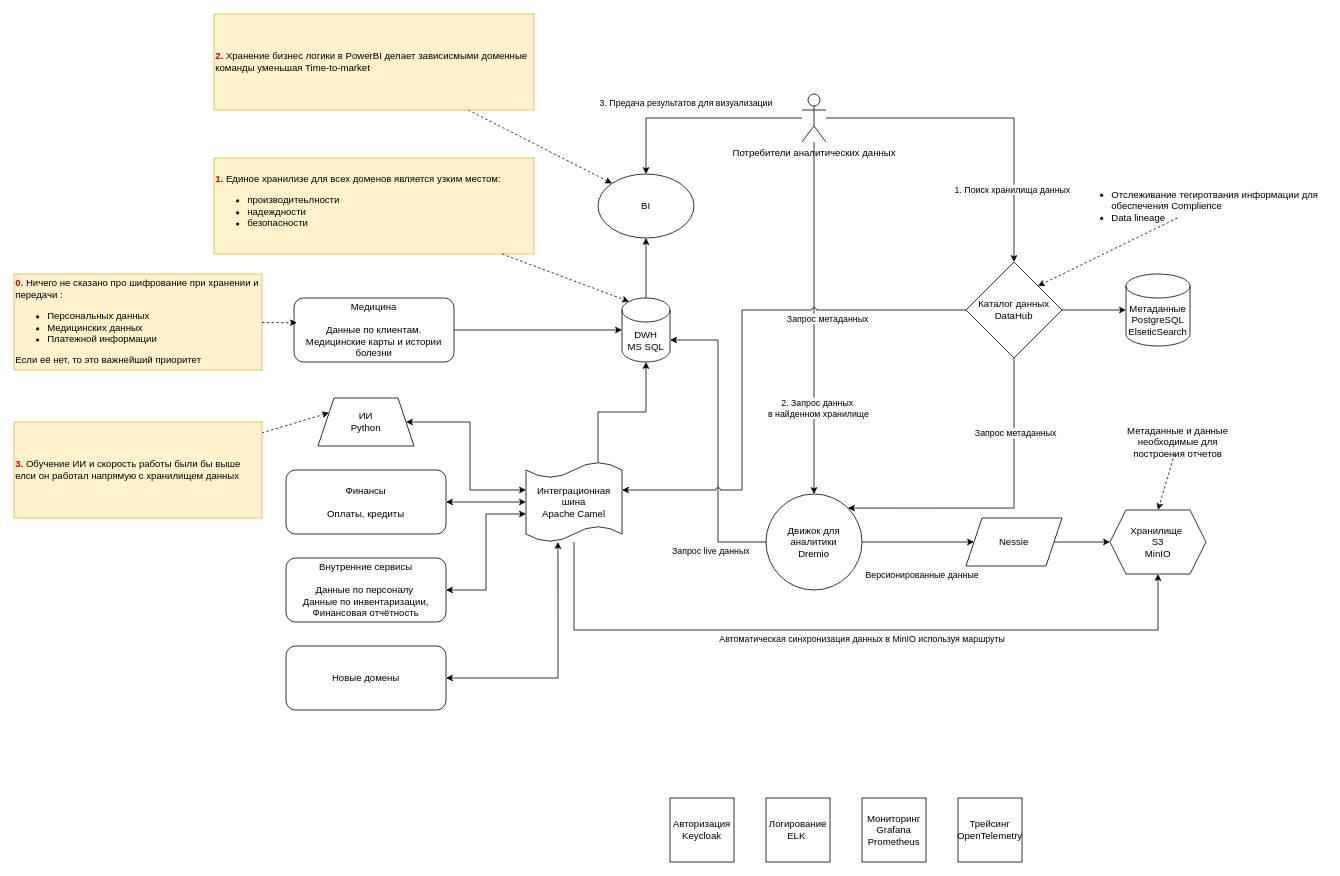
The draw.io diagram Task1/Containers.drawio in alexii-potapov/architecture-future_2_0, before the edit. Source tidied: cells renumbered, new cells numbered last; positions are measured from the earlier drawing's top-left corner, leaving out a move shared by most shapes. Both pictures are drawn from the tidied source at 80%, with x=0, y=0 at pixel (14, 14).
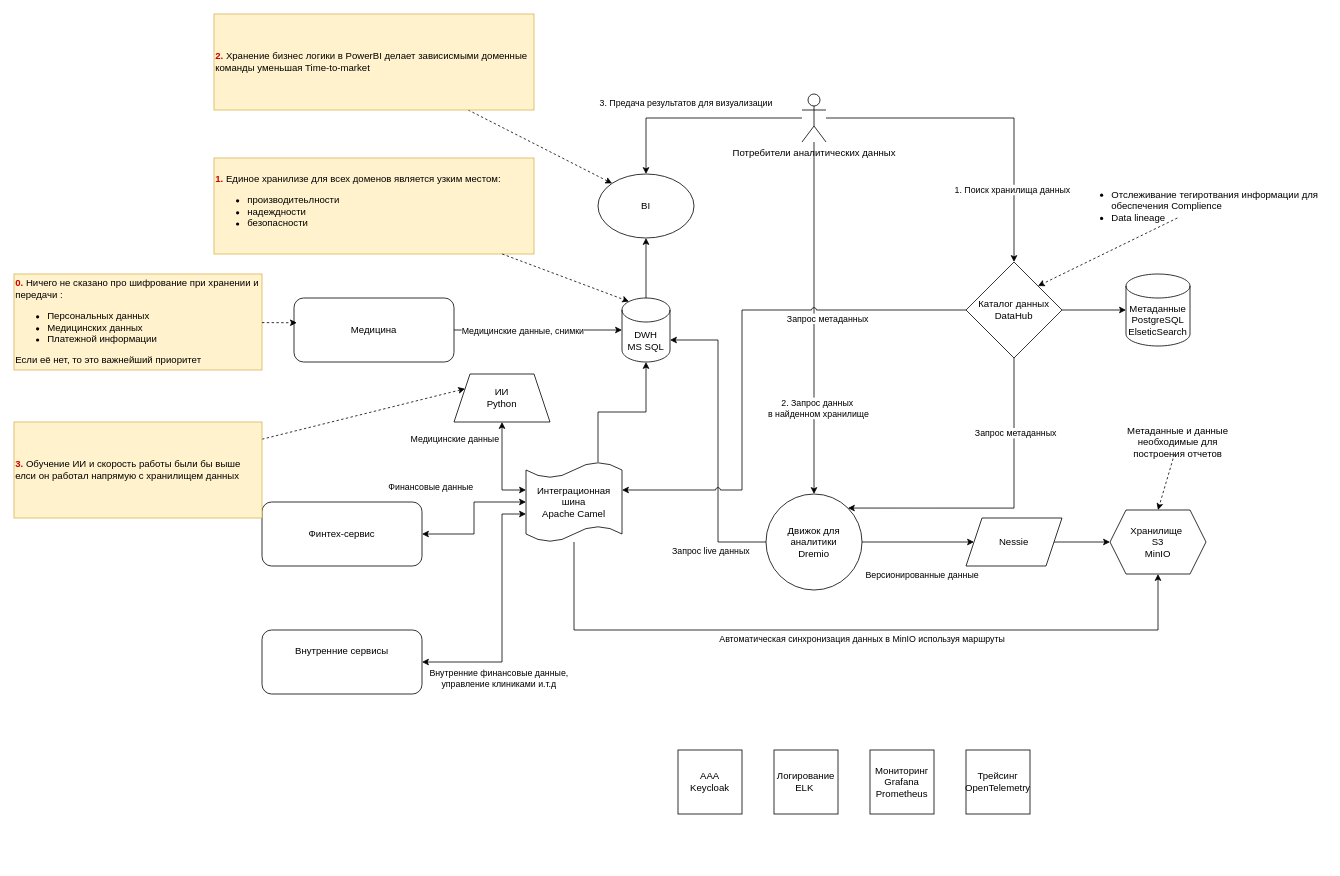
After the change.

Unchanged cells that the change refers to:
```xml
<mxCell id="18" style="edgeStyle=orthogonalEdgeStyle;rounded=0;jettySize=auto;html=1;entryX=0;entryY=0.35;entryDx=0;entryDy=0;entryPerimeter=0;startArrow=classic;startFill=1;" parent="1" edge="1" source="17" target="41">
  <mxGeometry relative="1" as="geometry" />
</mxCell>
<mxCell id="29" style="edgeStyle=orthogonalEdgeStyle;rounded=0;jettySize=auto;html=1;entryX=0;entryY=0.5;entryDx=0;entryDy=0;entryPerimeter=0;startArrow=classic;startFill=1;" parent="1" edge="1" source="4" target="41">
  <mxGeometry relative="1" as="geometry" />
</mxCell>
<mxCell id="30" style="edgeStyle=orthogonalEdgeStyle;rounded=0;jettySize=auto;html=1;entryX=0;entryY=0.5;entryDx=0;entryDy=0;entryPerimeter=0;" parent="1" edge="1" source="2" target="14">
  <mxGeometry relative="1" as="geometry" />
</mxCell>
<mxCell id="41" value="Интеграционная шина&lt;br&gt;Apache Camel" style="shape=tape;whiteSpace=wrap;html=1;size=0.2;" parent="1" vertex="1">
  <mxGeometry x="640" y="560" width="120" height="100" as="geometry" />
</mxCell>
```

The edit, as a diff of the source:
```diff
@@
-    <mxCell id="2" value="Медицина&lt;div&gt;&lt;br&gt;&lt;/div&gt;&lt;div&gt;Данные по клиентам.&lt;br&gt;&lt;div&gt;Медицинские карты и истории болезни&lt;/div&gt;&lt;/div&gt;" style="rounded=1;whiteSpace=wrap;html=1;" parent="1" vertex="1">
+    <mxCell id="2" value="Медицина" style="rounded=1;whiteSpace=wrap;html=1;" parent="1" vertex="1">
       <mxGeometry x="350" y="355" width="200" height="80" as="geometry" />
     </mxCell>
-    <mxCell id="3" value="Внутренние сервисы&lt;br&gt;&lt;br&gt;&lt;div&gt;Данные по персоналу&amp;nbsp;&lt;/div&gt;&lt;div&gt;Данные по инвентаризации,&lt;br&gt;Финансовая отчётность&lt;/div&gt;" style="rounded=1;whiteSpace=wrap;html=1;" parent="1" vertex="1">
-      <mxGeometry x="340" y="680" width="200" height="80" as="geometry" />
+    <mxCell id="3" value="Внутренние сервисы&lt;br&gt;&lt;br&gt;&lt;div&gt;&lt;br&gt;&lt;/div&gt;" style="rounded=1;whiteSpace=wrap;html=1;" parent="1" vertex="1">
+      <mxGeometry x="310" y="770" width="200" height="80" as="geometry" />
     </mxCell>
-    <mxCell id="4" value="Финансы&lt;br&gt;&lt;br&gt;Оплаты, кредиты" style="rounded=1;whiteSpace=wrap;html=1;" parent="1" vertex="1">
-      <mxGeometry x="340" y="570" width="200" height="80" as="geometry" />
+    <mxCell id="4" value="Финтех-сервис" style="rounded=1;whiteSpace=wrap;html=1;" parent="1" vertex="1">
+      <mxGeometry x="310" y="610" width="200" height="80" as="geometry" />
     </mxCell>
@@
     <mxCell id="17" value="ИИ&lt;br&gt;Python" style="shape=trapezoid;perimeter=trapezoidPerimeter;whiteSpace=wrap;html=1;fixedSize=1;" parent="1" vertex="1">
-      <mxGeometry x="380" y="480" width="120" height="60" as="geometry" />
+      <mxGeometry x="550" y="450" width="120" height="60" as="geometry" />
     </mxCell>
@@
+    <mxCell id="57" value="Медицинские данные" style="edgeLabel;html=1;align=center;verticalAlign=middle;" parent="18" vertex="1">
+      <mxGeometry x="-0.44" y="-1" relative="1" as="geometry">
+        <mxPoint x="-59" y="-12" as="offset" />
+      </mxGeometry>
+    </mxCell>
@@
+    <mxCell id="58" value="Финансовые данные" style="edgeLabel;html=1;align=center;verticalAlign=middle;" parent="29" vertex="1">
+      <mxGeometry x="-0.48" y="2" relative="1" as="geometry">
+        <mxPoint x="-34" y="-58" as="offset" />
+      </mxGeometry>
+    </mxCell>
@@
+    <mxCell id="59" value="Медицинские данные, снимки" style="edgeLabel;html=1;align=center;verticalAlign=middle;" parent="30" vertex="1">
+      <mxGeometry x="-0.19" y="-1" relative="1" as="geometry" />
+    </mxCell>
     <mxCell id="31" style="edgeStyle=orthogonalEdgeStyle;rounded=0;jettySize=auto;html=1;entryX=0;entryY=0.65;entryDx=0;entryDy=0;entryPerimeter=0;startArrow=classic;startFill=1;" parent="1" edge="1" source="3" target="41">
-      <mxGeometry relative="1" as="geometry" />
+      <mxGeometry relative="1" as="geometry">
+        <Array as="points">
+          <mxPoint x="610" y="810" />
+          <mxPoint x="610" y="625" />
+        </Array>
+      </mxGeometry>
     </mxCell>
+    <mxCell id="60" value="Внутренние финансовые данные,&lt;br&gt;управление клиниками и.т.д" style="edgeLabel;html=1;align=center;verticalAlign=middle;" parent="31" vertex="1">
+      <mxGeometry x="-0.66" relative="1" as="geometry">
+        <mxPoint x="41" y="20" as="offset" />
+      </mxGeometry>
+    </mxCell>
@@
-    <mxCell id="43" value="Новые домены" style="rounded=1;whiteSpace=wrap;html=1;" parent="1" vertex="1">
-      <mxGeometry x="340" y="790" width="200" height="80" as="geometry" />
-    </mxCell>
-    <mxCell id="44" style="edgeStyle=orthogonalEdgeStyle;rounded=0;jettySize=auto;html=1;entryX=0.333;entryY=1;entryDx=0;entryDy=0;entryPerimeter=0;startArrow=classic;startFill=1;" parent="1" edge="1" source="43" target="41">
-      <mxGeometry relative="1" as="geometry" />
-    </mxCell>
@@
-    <mxCell id="47" value="Авторизация&lt;br&gt;Keycloak" style="whiteSpace=wrap;html=1;" parent="1" vertex="1">
-      <mxGeometry x="820" y="980" width="80" height="80" as="geometry" />
+    <mxCell id="47" value="ААА&lt;br&gt;Keycloak" style="whiteSpace=wrap;html=1;" parent="1" vertex="1">
+      <mxGeometry x="830" y="920" width="80" height="80" as="geometry" />
     </mxCell>
     <mxCell id="48" value="Мониторинг&lt;br&gt;Grafana&lt;br&gt;Prometheus" style="whiteSpace=wrap;html=1;" parent="1" vertex="1">
-      <mxGeometry x="1060" y="980" width="80" height="80" as="geometry" />
+      <mxGeometry x="1070" y="920" width="80" height="80" as="geometry" />
     </mxCell>
     <mxCell id="49" value="Логирование&lt;br&gt;ELK&amp;nbsp;" style="whiteSpace=wrap;html=1;" parent="1" vertex="1">
-      <mxGeometry x="940" y="980" width="80" height="80" as="geometry" />
+      <mxGeometry x="950" y="920" width="80" height="80" as="geometry" />
     </mxCell>
     <mxCell id="50" value="Трейсинг&lt;br&gt;OpenTelemetry" style="whiteSpace=wrap;html=1;" parent="1" vertex="1">
-      <mxGeometry x="1180" y="980" width="80" height="80" as="geometry" />
+      <mxGeometry x="1190" y="920" width="80" height="80" as="geometry" />
     </mxCell>
```
